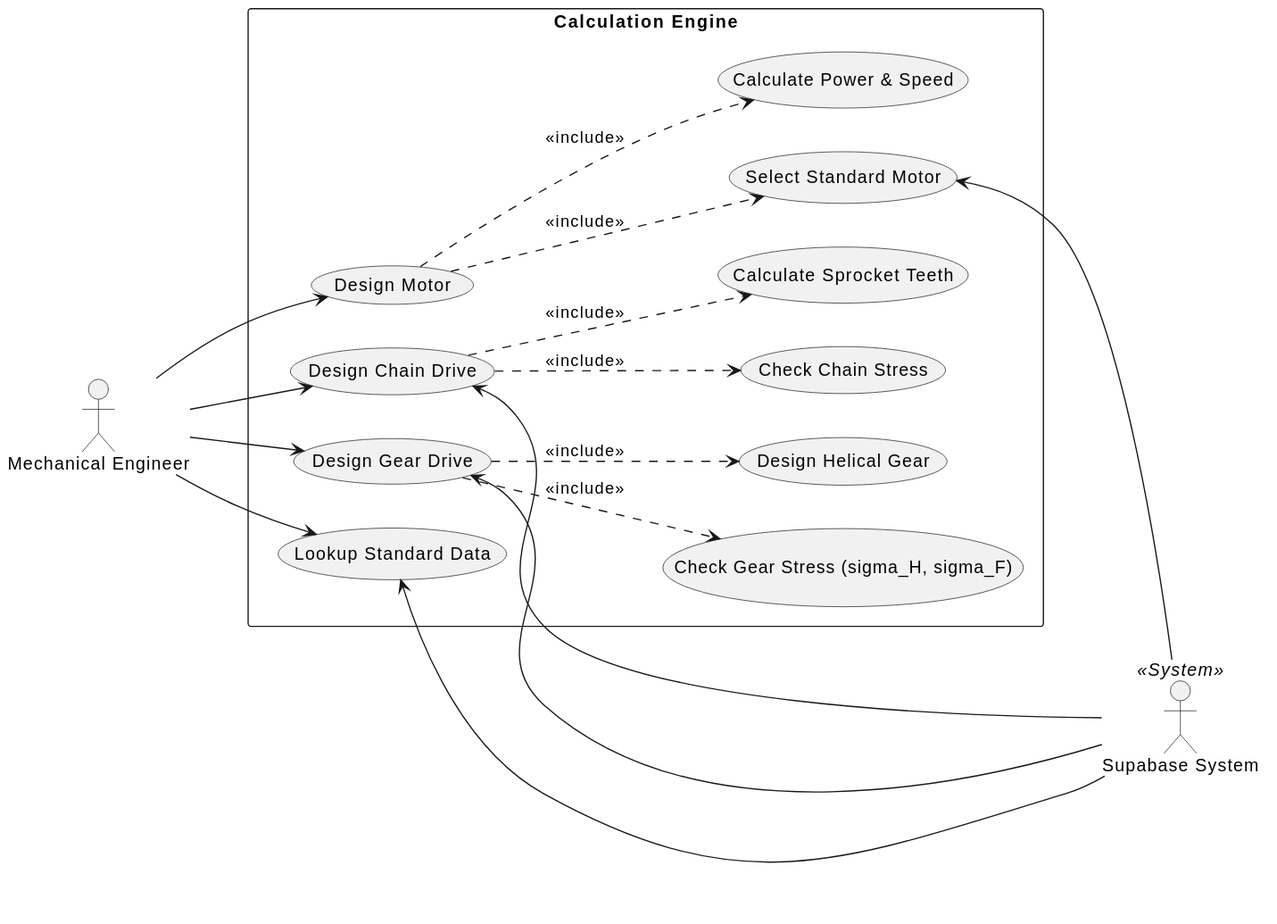
Above: docs/uml/uc_calc.svg in dvydinh/mechdrive (PlantUML), before the change. Source of this version:
```plantuml
@startuml
left to right direction
skinparam packageStyle rectangle

actor "Mechanical Engineer" as eng
actor "Supabase System" as db << System >>

package "Calculation Engine" {
  together {
    usecase "Design Motor" as UC1
    usecase "Design Chain Drive" as UC2
    usecase "Design Gear Drive" as UC3
    usecase "Lookup Standard Data" as UC5
  }

  usecase "Calculate Power & Speed" as UC1_1
  usecase "Select Standard Motor" as UC1_2
  usecase "Calculate Sprocket Teeth" as UC2_1
  usecase "Check Chain Stress" as UC2_2
  usecase "Design Helical Gear" as UC3_2
  usecase "Check Gear Stress (sigma_H, sigma_F)" as UC3_3
}

eng --> UC1
UC1 ..> UC1_1 : <<include>>
UC1 ..> UC1_2 : <<include>>

eng --> UC2
UC2 ..> UC2_1 : <<include>>
UC2 ..> UC2_2 : <<include>>

eng --> UC3
UC3 ..> UC3_2 : <<include>>
UC3 ..> UC3_3 : <<include>>

eng --> UC5

UC1_2 <-- db
UC2 <-- db
UC3 <-- db
UC5 <-- db
@enduml
```
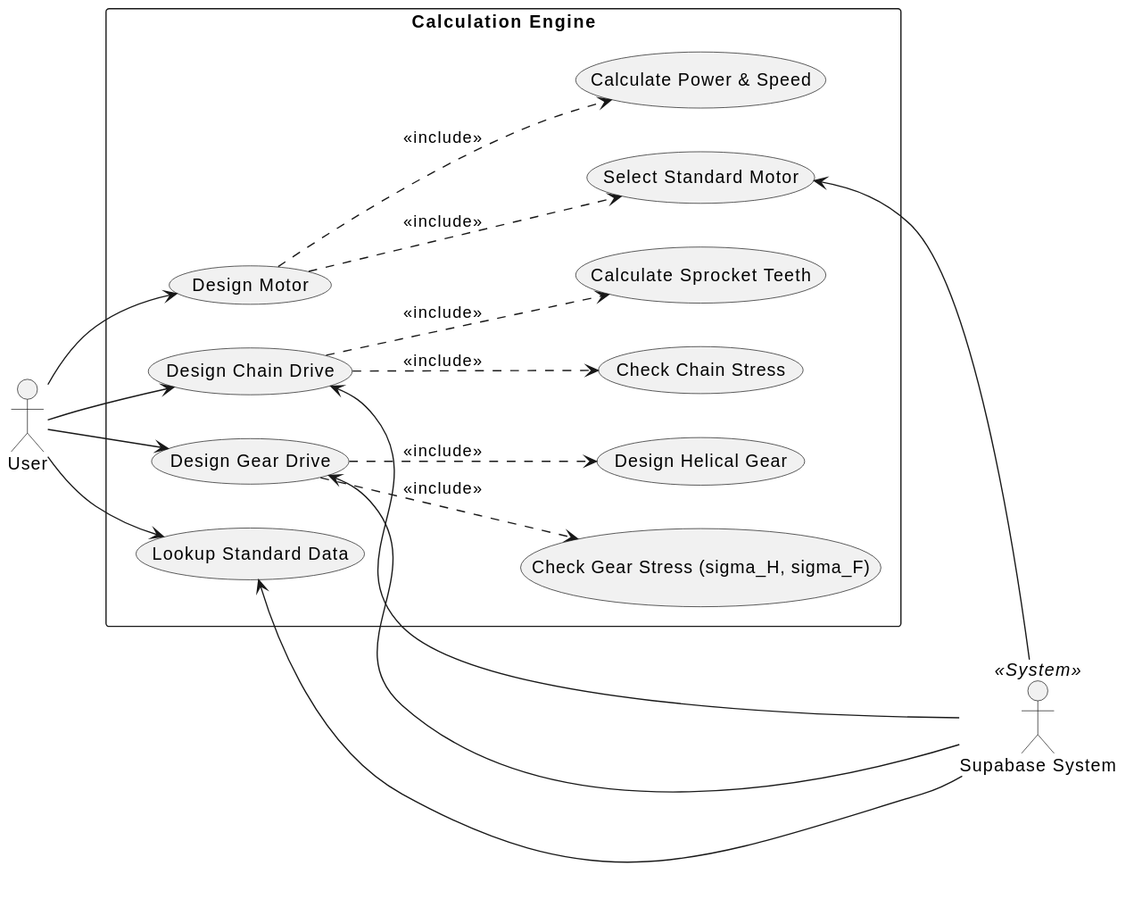
The same diagram one commit later.

Diff of the diagram source:
```diff
@@ -2,7 +2,7 @@
 left to right direction
 skinparam packageStyle rectangle
 
-actor "Mechanical Engineer" as eng
+actor "User" as user
 actor "Supabase System" as db << System >>
 
 package "Calculation Engine" {
@@ -21,19 +21,19 @@
   usecase "Check Gear Stress (sigma_H, sigma_F)" as UC3_3
 }
 
-eng --> UC1
+user --> UC1
 UC1 ..> UC1_1 : <<include>>
 UC1 ..> UC1_2 : <<include>>
 
-eng --> UC2
+user --> UC2
 UC2 ..> UC2_1 : <<include>>
 UC2 ..> UC2_2 : <<include>>
 
-eng --> UC3
+user --> UC3
 UC3 ..> UC3_2 : <<include>>
 UC3 ..> UC3_3 : <<include>>
 
-eng --> UC5
+user --> UC5
 
 UC1_2 <-- db
 UC2 <-- db
```
